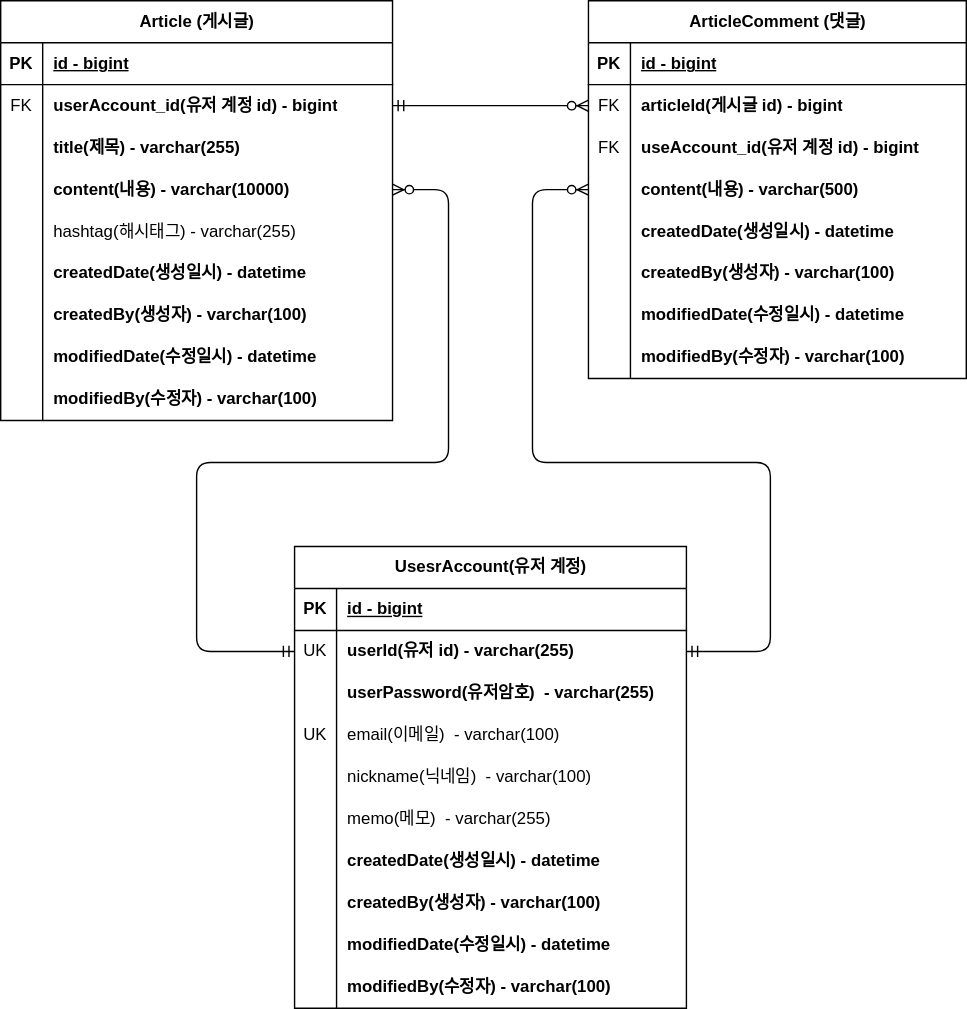
The draw.io diagram document/work-board-project-erd.svg in bokyoung89/work-board-project, before a commit. Source tidied: cells renumbered, new cells last; positions are measured from the earlier drawing's top-left corner, leaving out a move shared by most shapes.
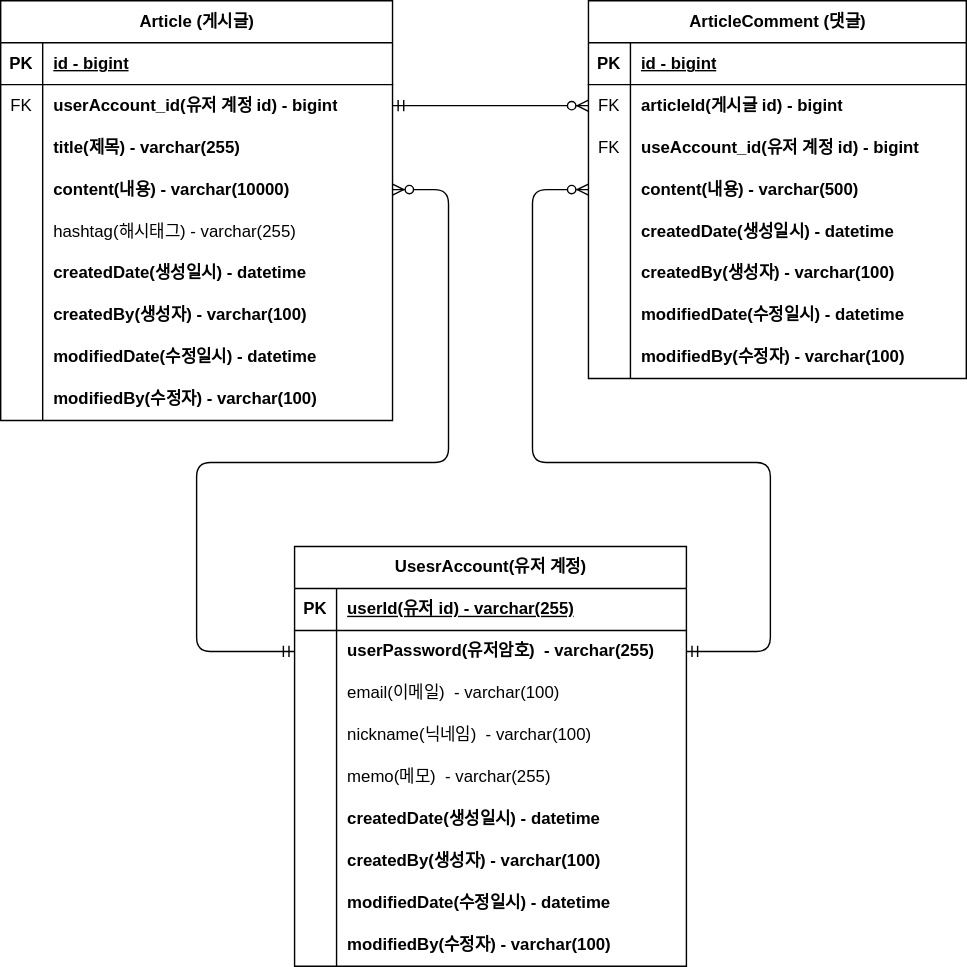
After the change.

Commit message:
ERD 문서 수정: 회원 계정 user_id 를 PK 로 변경

The edit, as a diff of the source:
```diff
@@ -170,7 +170,7 @@
       </mxGeometry>
     </mxCell>
     <mxCell id="56" value="UsesrAccount(유저 계정)" style="shape=table;startSize=30;rowLines=0;fontStyle=1;align=center;html=1;" parent="1" vertex="1">
-      <mxGeometry x="210" y="390" width="280" height="330" as="geometry" />
+      <mxGeometry x="210" y="390" width="280" height="300" as="geometry" />
     </mxCell>
     <mxCell id="57" style="shape=tableRow;horizontal=0;startSize=0;swimlaneHead=0;swimlaneBody=0;fillColor=none;top=0;left=0;right=0;bottom=1;" parent="56" vertex="1">
       <mxGeometry y="30" width="280" height="30" as="geometry" />
@@ -178,20 +178,11 @@
     <mxCell id="58" value="PK" style="shape=partialRectangle;fillColor=none;top=0;left=0;bottom=0;right=0;fontStyle=1;overflow=hidden;whiteSpace=wrap;html=1;" parent="57" vertex="1">
       <mxGeometry width="30" height="30" as="geometry" />
     </mxCell>
-    <mxCell id="59" value="id&amp;nbsp;- bigint" style="shape=partialRectangle;fillColor=none;top=0;left=0;bottom=0;right=0;align=left;spacingLeft=6;fontStyle=5;overflow=hidden;whiteSpace=wrap;html=1;" parent="57" vertex="1">
+    <mxCell id="59" value="userId(유저 id) - varchar(255)" style="shape=partialRectangle;fillColor=none;top=0;left=0;bottom=0;right=0;align=left;spacingLeft=6;fontStyle=5;overflow=hidden;whiteSpace=wrap;html=1;" parent="57" vertex="1">
       <mxGeometry x="30" width="250" height="30" as="geometry" />
     </mxCell>
-    <mxCell id="60" style="shape=tableRow;horizontal=0;startSize=0;swimlaneHead=0;swimlaneBody=0;fillColor=none;points=[[0,0.5],[1,0.5]];portConstraint=eastwest;top=0;left=0;right=0;bottom=0;" parent="56" vertex="1">
-      <mxGeometry y="60" width="280" height="30" as="geometry" />
-    </mxCell>
-    <mxCell id="61" value="&lt;span&gt;UK&lt;/span&gt;" style="shape=partialRectangle;fillColor=none;top=0;left=0;bottom=0;right=0;overflow=hidden;whiteSpace=wrap;html=1;fontStyle=0;" parent="60" vertex="1">
-      <mxGeometry width="30" height="30" as="geometry" />
-    </mxCell>
-    <mxCell id="62" value="userId(유저 id) - varchar(255)" style="shape=partialRectangle;fillColor=none;top=0;left=0;bottom=0;right=0;align=left;spacingLeft=6;overflow=hidden;whiteSpace=wrap;html=1;fontStyle=1;" parent="60" vertex="1">
-      <mxGeometry x="30" width="250" height="30" as="geometry" />
-    </mxCell>
     <mxCell id="63" style="shape=tableRow;horizontal=0;startSize=0;swimlaneHead=0;swimlaneBody=0;fillColor=none;top=0;left=0;right=0;bottom=0;" parent="56" vertex="1">
-      <mxGeometry y="90" width="280" height="30" as="geometry" />
+      <mxGeometry y="60" width="280" height="30" as="geometry" />
     </mxCell>
     <mxCell id="64" style="shape=partialRectangle;fillColor=none;top=0;left=0;bottom=0;right=0;overflow=hidden;whiteSpace=wrap;html=1;" parent="63" vertex="1">
       <mxGeometry width="30" height="30" as="geometry" />
@@ -200,16 +191,16 @@
       <mxGeometry x="30" width="250" height="30" as="geometry" />
     </mxCell>
     <mxCell id="66" style="shape=tableRow;horizontal=0;startSize=0;swimlaneHead=0;swimlaneBody=0;fillColor=none;top=0;left=0;right=0;bottom=0;" parent="56" vertex="1">
-      <mxGeometry y="120" width="280" height="30" as="geometry" />
+      <mxGeometry y="90" width="280" height="30" as="geometry" />
     </mxCell>
-    <mxCell id="67" value="UK" style="shape=partialRectangle;fillColor=none;top=0;left=0;bottom=0;right=0;overflow=hidden;whiteSpace=wrap;html=1;" parent="66" vertex="1">
+    <mxCell id="67" style="shape=partialRectangle;fillColor=none;top=0;left=0;bottom=0;right=0;overflow=hidden;whiteSpace=wrap;html=1;" parent="66" vertex="1">
       <mxGeometry width="30" height="30" as="geometry" />
     </mxCell>
     <mxCell id="68" value="email(이메일)&amp;nbsp; - varchar(100)" style="shape=partialRectangle;fillColor=none;top=0;left=0;bottom=0;right=0;align=left;spacingLeft=6;overflow=hidden;whiteSpace=wrap;html=1;fontStyle=0;" parent="66" vertex="1">
       <mxGeometry x="30" width="250" height="30" as="geometry" />
     </mxCell>
     <mxCell id="69" style="shape=tableRow;horizontal=0;startSize=0;swimlaneHead=0;swimlaneBody=0;fillColor=none;top=0;left=0;right=0;bottom=0;" parent="56" vertex="1">
-      <mxGeometry y="150" width="280" height="30" as="geometry" />
+      <mxGeometry y="120" width="280" height="30" as="geometry" />
     </mxCell>
     <mxCell id="70" style="shape=partialRectangle;fillColor=none;top=0;left=0;bottom=0;right=0;overflow=hidden;whiteSpace=wrap;html=1;" parent="69" vertex="1">
       <mxGeometry width="30" height="30" as="geometry" />
@@ -218,7 +209,7 @@
       <mxGeometry x="30" width="250" height="30" as="geometry" />
     </mxCell>
     <mxCell id="72" style="shape=tableRow;horizontal=0;startSize=0;swimlaneHead=0;swimlaneBody=0;fillColor=none;top=0;left=0;right=0;bottom=0;" parent="56" vertex="1">
-      <mxGeometry y="180" width="280" height="30" as="geometry" />
+      <mxGeometry y="150" width="280" height="30" as="geometry" />
     </mxCell>
     <mxCell id="73" style="shape=partialRectangle;fillColor=none;top=0;left=0;bottom=0;right=0;overflow=hidden;whiteSpace=wrap;html=1;" parent="72" vertex="1">
       <mxGeometry width="30" height="30" as="geometry" />
@@ -227,7 +218,7 @@
       <mxGeometry x="30" width="250" height="30" as="geometry" />
     </mxCell>
     <mxCell id="75" style="shape=tableRow;horizontal=0;startSize=0;swimlaneHead=0;swimlaneBody=0;fillColor=none;top=0;left=0;right=0;bottom=0;" parent="56" vertex="1">
-      <mxGeometry y="210" width="280" height="30" as="geometry" />
+      <mxGeometry y="180" width="280" height="30" as="geometry" />
     </mxCell>
     <mxCell id="76" style="shape=partialRectangle;fillColor=none;top=0;left=0;bottom=0;right=0;overflow=hidden;whiteSpace=wrap;html=1;" parent="75" vertex="1">
       <mxGeometry width="30" height="30" as="geometry" />
@@ -236,7 +227,7 @@
       <mxGeometry x="30" width="250" height="30" as="geometry" />
     </mxCell>
     <mxCell id="78" style="shape=tableRow;horizontal=0;startSize=0;swimlaneHead=0;swimlaneBody=0;fillColor=none;top=0;left=0;right=0;bottom=0;" parent="56" vertex="1">
-      <mxGeometry y="240" width="280" height="30" as="geometry" />
+      <mxGeometry y="210" width="280" height="30" as="geometry" />
     </mxCell>
     <mxCell id="79" style="shape=partialRectangle;fillColor=none;top=0;left=0;bottom=0;right=0;overflow=hidden;whiteSpace=wrap;html=1;" parent="78" vertex="1">
       <mxGeometry width="30" height="30" as="geometry" />
@@ -245,7 +236,7 @@
       <mxGeometry x="30" width="250" height="30" as="geometry" />
     </mxCell>
     <mxCell id="81" style="shape=tableRow;horizontal=0;startSize=0;swimlaneHead=0;swimlaneBody=0;fillColor=none;top=0;left=0;right=0;bottom=0;" parent="56" vertex="1">
-      <mxGeometry y="270" width="280" height="30" as="geometry" />
+      <mxGeometry y="240" width="280" height="30" as="geometry" />
     </mxCell>
     <mxCell id="82" style="shape=partialRectangle;fillColor=none;top=0;left=0;bottom=0;right=0;overflow=hidden;whiteSpace=wrap;html=1;" parent="81" vertex="1">
       <mxGeometry width="30" height="30" as="geometry" />
@@ -254,7 +245,7 @@
       <mxGeometry x="30" width="250" height="30" as="geometry" />
     </mxCell>
     <mxCell id="84" style="shape=tableRow;horizontal=0;startSize=0;swimlaneHead=0;swimlaneBody=0;fillColor=none;top=0;left=0;right=0;bottom=0;" parent="56" vertex="1">
-      <mxGeometry y="300" width="280" height="30" as="geometry" />
+      <mxGeometry y="270" width="280" height="30" as="geometry" />
     </mxCell>
     <mxCell id="85" style="shape=partialRectangle;fillColor=none;top=0;left=0;bottom=0;right=0;overflow=hidden;whiteSpace=wrap;html=1;" parent="84" vertex="1">
       <mxGeometry width="30" height="30" as="geometry" />
@@ -262,8 +253,9 @@
     <mxCell id="86" value="modifiedBy(수정자) - varchar(100)" style="shape=partialRectangle;fillColor=none;top=0;left=0;bottom=0;right=0;align=left;spacingLeft=6;overflow=hidden;whiteSpace=wrap;html=1;fontStyle=1;" parent="84" vertex="1">
       <mxGeometry x="30" width="250" height="30" as="geometry" />
     </mxCell>
-    <mxCell id="87" style="fontSize=12;html=1;endArrow=ERzeroToMany;startArrow=ERmandOne;entryX=0;entryY=0.5;entryDx=0;entryDy=0;edgeStyle=orthogonalEdgeStyle;exitX=1;exitY=0.5;exitDx=0;exitDy=0;" parent="1" edge="1" source="60" target="40">
+    <mxCell id="87" style="fontSize=12;html=1;endArrow=ERzeroToMany;startArrow=ERmandOne;entryX=0;entryY=0.5;entryDx=0;entryDy=0;edgeStyle=orthogonalEdgeStyle;exitX=1;exitY=0.5;exitDx=0;exitDy=0;" parent="1" edge="1" target="40">
       <mxGeometry relative="1" as="geometry">
+        <mxPoint x="490" y="465" as="sourcePoint" />
         <Array as="points">
           <mxPoint x="550" y="465" />
           <mxPoint x="550" y="330" />
@@ -272,8 +264,9 @@
         </Array>
       </mxGeometry>
     </mxCell>
-    <mxCell id="88" style="edgeStyle=orthogonalEdgeStyle;fontSize=12;html=1;endArrow=ERzeroToMany;startArrow=ERmandOne;rounded=1;exitX=0;exitY=0.5;exitDx=0;exitDy=0;entryX=1;entryY=0.5;entryDx=0;entryDy=0;" parent="1" edge="1" source="60" target="12">
+    <mxCell id="88" style="edgeStyle=orthogonalEdgeStyle;fontSize=12;html=1;endArrow=ERzeroToMany;startArrow=ERmandOne;rounded=1;exitX=0;exitY=0.5;exitDx=0;exitDy=0;entryX=1;entryY=0.5;entryDx=0;entryDy=0;" parent="1" edge="1" target="12">
       <mxGeometry relative="1" as="geometry">
+        <mxPoint x="210" y="465" as="sourcePoint" />
         <Array as="points">
           <mxPoint x="140" y="465" />
           <mxPoint x="140" y="330" />
```
